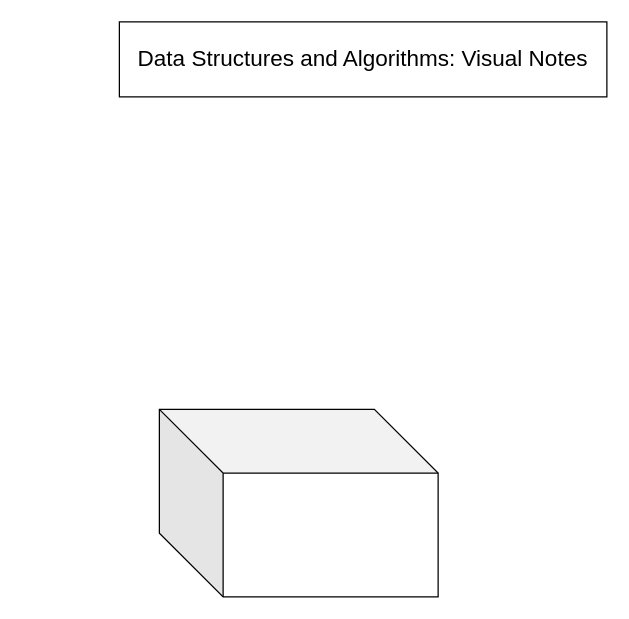
Earlier version of the draw.io diagram page "Page-1" (1 of 2) of notes.drawio (mubarizafzal/DSA-Notes). Source tidied: cells renumbered, new cells numbered last; positions are measured from the earlier drawing's top-left corner, leaving out a move shared by most shapes. Both pictures are drawn from the tidied source at 125%, with x=0, y=0 at pixel (119, 21).
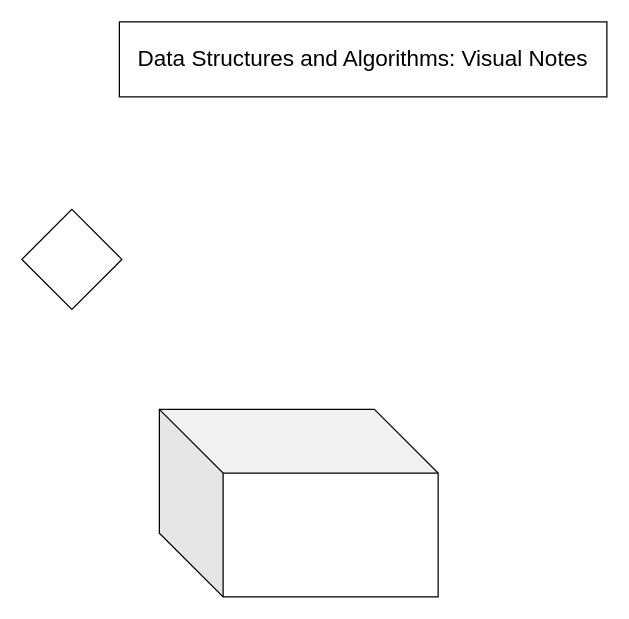
The same diagram, later.

Diff of the diagram source:
```diff
@@
 <mxGraphModel>
   <root>
     <mxCell id="0" />
     <mxCell id="1" parent="0" />
     <mxCell id="2" value="&lt;font style=&quot;font-size: 18px&quot;&gt;Data Structures and Algorithms: Visual Notes&lt;/font&gt;" style="rounded=0;whiteSpace=wrap;html=1;" parent="1" vertex="1">
       <mxGeometry width="390" height="60" as="geometry" />
     </mxCell>
     <mxCell id="3" style="shape=cube;whiteSpace=wrap;html=1;boundedLbl=1;backgroundOutline=1;darkOpacity=0.05;darkOpacity2=0.1;size=51;" parent="1" vertex="1">
       <mxGeometry x="32" y="310" width="223" height="150" as="geometry" />
     </mxCell>
+    <mxCell id="4" style="rhombus;whiteSpace=wrap;html=1;" parent="1" vertex="1">
+      <mxGeometry x="-78" y="150" width="80" height="80" as="geometry" />
+    </mxCell>
   </root>
 </mxGraphModel>
```
